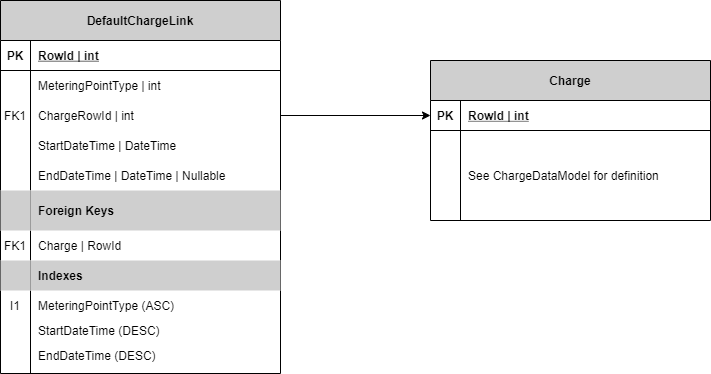
Above: docs/data-models/DefaultChargeLinkDataModel.png in Energinet-DataHub/ARCHIVED-geh-charges (draw.io), before the change. Source tidied: cells renumbered, new cells last; positions are measured from the earlier drawing's top-left corner, leaving out a move shared by most shapes. The source it was exported from:
```xml
<mxGraphModel>
  <root>
    <mxCell id="0" />
    <mxCell id="1" parent="0" />
    <mxCell id="2" value="DefaultChargeLink" style="shape=table;startSize=40;rowLines=0;fontStyle=1;align=center;fillColor=#CFCFCF;" parent="1" vertex="1">
      <mxGeometry width="280" height="373" as="geometry" />
    </mxCell>
    <mxCell id="3" style="shape=partialRectangle;fillColor=none;top=0;left=0;bottom=1;right=0;" parent="2" vertex="1">
      <mxGeometry y="40" width="280" height="30" as="geometry" />
    </mxCell>
    <mxCell id="4" value="PK" style="shape=partialRectangle;fillColor=none;top=0;left=0;bottom=0;right=0;fontStyle=1;overflow=hidden;" parent="3" vertex="1">
      <mxGeometry width="30" height="30" as="geometry" />
    </mxCell>
    <mxCell id="5" value="RowId | int" style="shape=partialRectangle;fillColor=none;top=0;left=0;bottom=0;right=0;align=left;spacingLeft=6;fontStyle=5;overflow=hidden;" parent="3" vertex="1">
      <mxGeometry x="30" width="250" height="30" as="geometry" />
    </mxCell>
    <mxCell id="6" style="shape=partialRectangle;fillColor=none;top=0;left=0;bottom=0;right=0;" parent="2" vertex="1">
      <mxGeometry y="70" width="280" height="30" as="geometry" />
    </mxCell>
    <mxCell id="7" style="shape=partialRectangle;fillColor=none;top=0;left=0;bottom=0;right=0;overflow=hidden;" parent="6" vertex="1">
      <mxGeometry width="30" height="30" as="geometry" />
    </mxCell>
    <mxCell id="8" value="MeteringPointType | int" style="shape=partialRectangle;fillColor=none;top=0;left=0;bottom=0;right=0;align=left;spacingLeft=6;overflow=hidden;" parent="6" vertex="1">
      <mxGeometry x="30" width="250" height="30" as="geometry" />
    </mxCell>
    <mxCell id="9" style="shape=partialRectangle;fillColor=none;top=0;left=0;bottom=0;right=0;points=[[0,0.5],[1,0.5]];portConstraint=eastwest;" parent="2" vertex="1">
      <mxGeometry y="100" width="280" height="30" as="geometry" />
    </mxCell>
    <mxCell id="10" value="FK1" style="shape=partialRectangle;fillColor=none;top=0;left=0;bottom=0;right=0;overflow=hidden;" parent="9" vertex="1">
      <mxGeometry width="30" height="30" as="geometry" />
    </mxCell>
    <mxCell id="11" value="ChargeRowId | int" style="shape=partialRectangle;fillColor=none;top=0;left=0;bottom=0;right=0;align=left;spacingLeft=6;overflow=hidden;" parent="9" vertex="1">
      <mxGeometry x="30" width="250" height="30" as="geometry" />
    </mxCell>
    <mxCell id="12" style="shape=partialRectangle;fillColor=none;top=0;left=0;bottom=0;right=0;" parent="2" vertex="1">
      <mxGeometry y="130" width="280" height="30" as="geometry" />
    </mxCell>
    <mxCell id="13" style="shape=partialRectangle;fillColor=none;top=0;left=0;bottom=0;right=0;overflow=hidden;" parent="12" vertex="1">
      <mxGeometry width="30" height="30" as="geometry" />
    </mxCell>
    <mxCell id="14" value="StartDateTime | DateTime" style="shape=partialRectangle;fillColor=none;top=0;left=0;bottom=0;right=0;align=left;spacingLeft=6;overflow=hidden;" parent="12" vertex="1">
      <mxGeometry x="30" width="250" height="30" as="geometry" />
    </mxCell>
    <mxCell id="15" style="shape=partialRectangle;fillColor=none;top=0;left=0;bottom=0;right=0;" parent="2" vertex="1">
      <mxGeometry y="160" width="280" height="30" as="geometry" />
    </mxCell>
    <mxCell id="16" style="shape=partialRectangle;fillColor=none;top=0;left=0;bottom=0;right=0;overflow=hidden;" parent="15" vertex="1">
      <mxGeometry width="30" height="30" as="geometry" />
    </mxCell>
    <mxCell id="17" value="EndDateTime | DateTime | Nullable" style="shape=partialRectangle;fillColor=none;top=0;left=0;bottom=0;right=0;align=left;spacingLeft=6;overflow=hidden;" parent="15" vertex="1">
      <mxGeometry x="30" width="250" height="30" as="geometry" />
    </mxCell>
    <mxCell id="18" style="shape=partialRectangle;fillColor=none;top=0;left=0;bottom=0;right=0;" parent="2" vertex="1">
      <mxGeometry y="190" width="280" height="40" as="geometry" />
    </mxCell>
    <mxCell id="19" style="shape=partialRectangle;top=0;left=0;bottom=0;right=0;overflow=hidden;strokeColor=#CFCFCF;fillColor=#CFCFCF;" parent="18" vertex="1">
      <mxGeometry width="30" height="40" as="geometry" />
    </mxCell>
    <mxCell id="20" value="Foreign Keys" style="shape=partialRectangle;top=0;left=0;bottom=0;right=0;align=left;spacingLeft=6;overflow=hidden;strokeColor=#CFCFCF;fillColor=#CFCFCF;fontStyle=1;" parent="18" vertex="1">
      <mxGeometry x="30" width="250" height="40" as="geometry" />
    </mxCell>
    <mxCell id="21" style="shape=partialRectangle;fillColor=none;top=0;left=0;bottom=0;right=0;" parent="2" vertex="1">
      <mxGeometry y="230" width="280" height="30" as="geometry" />
    </mxCell>
    <mxCell id="22" value="FK1" style="shape=partialRectangle;fillColor=none;top=0;left=0;bottom=0;right=0;overflow=hidden;" parent="21" vertex="1">
      <mxGeometry width="30" height="30" as="geometry" />
    </mxCell>
    <mxCell id="23" value="Charge | RowId" style="shape=partialRectangle;fillColor=none;top=0;left=0;bottom=0;right=0;align=left;spacingLeft=6;overflow=hidden;" parent="21" vertex="1">
      <mxGeometry x="30" width="250" height="30" as="geometry" />
    </mxCell>
    <mxCell id="24" style="shape=partialRectangle;fillColor=none;top=0;left=0;bottom=0;right=0;" parent="2" vertex="1">
      <mxGeometry y="260" width="280" height="30" as="geometry" />
    </mxCell>
    <mxCell id="25" style="shape=partialRectangle;top=0;left=0;bottom=0;right=0;overflow=hidden;fillColor=#CFCFCF;" parent="24" vertex="1">
      <mxGeometry width="30" height="30" as="geometry" />
    </mxCell>
    <mxCell id="26" value="Indexes" style="shape=partialRectangle;top=0;left=0;bottom=0;right=0;align=left;spacingLeft=6;overflow=hidden;fillColor=#CFCFCF;fontStyle=1;" parent="24" vertex="1">
      <mxGeometry x="30" width="250" height="30" as="geometry" />
    </mxCell>
    <mxCell id="27" style="shape=partialRectangle;fillColor=none;top=0;left=0;bottom=0;right=0;" parent="2" vertex="1">
      <mxGeometry y="290" width="280" height="30" as="geometry" />
    </mxCell>
    <mxCell id="28" value="I1" style="shape=partialRectangle;fillColor=none;top=0;left=0;bottom=0;right=0;overflow=hidden;" parent="27" vertex="1">
      <mxGeometry width="30" height="30" as="geometry" />
    </mxCell>
    <mxCell id="29" value="MeteringPointType (ASC)" style="shape=partialRectangle;fillColor=none;top=0;left=0;bottom=0;right=0;align=left;spacingLeft=6;overflow=hidden;" parent="27" vertex="1">
      <mxGeometry x="30" width="250" height="30" as="geometry" />
    </mxCell>
    <mxCell id="30" style="shape=partialRectangle;fillColor=none;top=0;left=0;bottom=0;right=0;" parent="2" vertex="1">
      <mxGeometry y="320" width="280" height="20" as="geometry" />
    </mxCell>
    <mxCell id="31" style="shape=partialRectangle;fillColor=none;top=0;left=0;bottom=0;right=0;overflow=hidden;" parent="30" vertex="1">
      <mxGeometry width="30" height="20" as="geometry" />
    </mxCell>
    <mxCell id="32" value="StartDateTime (DESC)" style="shape=partialRectangle;fillColor=none;top=0;left=0;bottom=0;right=0;align=left;spacingLeft=6;overflow=hidden;" parent="30" vertex="1">
      <mxGeometry x="30" width="250" height="20" as="geometry" />
    </mxCell>
    <mxCell id="33" style="shape=partialRectangle;fillColor=none;top=0;left=0;bottom=0;right=0;" parent="2" vertex="1">
      <mxGeometry y="340" width="280" height="30" as="geometry" />
    </mxCell>
    <mxCell id="34" style="shape=partialRectangle;fillColor=none;top=0;left=0;bottom=0;right=0;overflow=hidden;" parent="33" vertex="1">
      <mxGeometry width="30" height="30" as="geometry" />
    </mxCell>
    <mxCell id="35" value="EndDateTime (DESC)" style="shape=partialRectangle;fillColor=none;top=0;left=0;bottom=0;right=0;align=left;spacingLeft=6;overflow=hidden;" parent="33" vertex="1">
      <mxGeometry x="30" width="250" height="30" as="geometry" />
    </mxCell>
    <mxCell id="36" value="Charge" style="shape=table;startSize=40;rowLines=0;fontStyle=1;align=center;fillColor=#CFCFCF;" parent="1" vertex="1">
      <mxGeometry x="430" y="60" width="280" height="160" as="geometry" />
    </mxCell>
    <mxCell id="37" style="shape=partialRectangle;fillColor=none;top=0;left=0;bottom=1;right=0;points=[[0,0.5],[1,0.5]];portConstraint=eastwest;" parent="36" vertex="1">
      <mxGeometry y="40" width="280" height="30" as="geometry" />
    </mxCell>
    <mxCell id="38" value="PK" style="shape=partialRectangle;fillColor=none;top=0;left=0;bottom=0;right=0;fontStyle=1;overflow=hidden;" parent="37" vertex="1">
      <mxGeometry width="30" height="30" as="geometry" />
    </mxCell>
    <mxCell id="39" value="RowId | int" style="shape=partialRectangle;fillColor=none;top=0;left=0;bottom=0;right=0;align=left;spacingLeft=6;fontStyle=5;overflow=hidden;" parent="37" vertex="1">
      <mxGeometry x="30" width="250" height="30" as="geometry" />
    </mxCell>
    <mxCell id="40" style="shape=partialRectangle;fillColor=none;top=0;left=0;bottom=0;right=0;" parent="36" vertex="1">
      <mxGeometry y="70" width="280" height="30" as="geometry" />
    </mxCell>
    <mxCell id="41" style="shape=partialRectangle;fillColor=none;top=0;left=0;bottom=0;right=0;overflow=hidden;" parent="40" vertex="1">
      <mxGeometry width="30" height="30" as="geometry" />
    </mxCell>
    <mxCell id="42" style="shape=partialRectangle;fillColor=none;top=0;left=0;bottom=0;right=0;align=left;spacingLeft=6;overflow=hidden;" parent="40" vertex="1">
      <mxGeometry x="30" width="250" height="30" as="geometry" />
    </mxCell>
    <mxCell id="43" style="shape=partialRectangle;fillColor=none;top=0;left=0;bottom=0;right=0;" parent="36" vertex="1">
      <mxGeometry y="100" width="280" height="30" as="geometry" />
    </mxCell>
    <mxCell id="44" value="&#10;&#10;&lt;span style=&quot;color: rgb(0, 0, 0); font-family: helvetica; font-size: 12px; font-style: normal; font-weight: 400; letter-spacing: normal; text-align: left; text-indent: 0px; text-transform: none; word-spacing: 0px; background-color: rgb(248, 249, 250); display: inline; float: none;&quot;&gt;See ChargeDataModel for definition&lt;/span&gt;&#10;&#10;" style="shape=partialRectangle;fillColor=none;top=0;left=0;bottom=0;right=0;overflow=hidden;" parent="43" vertex="1">
      <mxGeometry width="30" height="30" as="geometry" />
    </mxCell>
    <mxCell id="45" value="See ChargeDataModel for definition" style="shape=partialRectangle;fillColor=none;top=0;left=0;bottom=0;right=0;align=left;spacingLeft=6;overflow=hidden;" parent="43" vertex="1">
      <mxGeometry x="30" width="250" height="30" as="geometry" />
    </mxCell>
    <mxCell id="46" style="shape=partialRectangle;fillColor=none;top=0;left=0;bottom=0;right=0;" parent="36" vertex="1">
      <mxGeometry y="130" width="280" height="30" as="geometry" />
    </mxCell>
    <mxCell id="47" style="shape=partialRectangle;fillColor=none;top=0;left=0;bottom=0;right=0;overflow=hidden;" parent="46" vertex="1">
      <mxGeometry width="30" height="30" as="geometry" />
    </mxCell>
    <mxCell id="48" style="shape=partialRectangle;fillColor=none;top=0;left=0;bottom=0;right=0;align=left;spacingLeft=6;overflow=hidden;" parent="46" vertex="1">
      <mxGeometry x="30" width="250" height="30" as="geometry" />
    </mxCell>
    <mxCell id="49" style="edgeStyle=orthogonalEdgeStyle;rounded=0;jettySize=auto;html=1;entryX=0;entryY=0.5;entryDx=0;entryDy=0;" parent="1" edge="1" source="9" target="37">
      <mxGeometry relative="1" as="geometry" />
    </mxCell>
  </root>
</mxGraphModel>
```
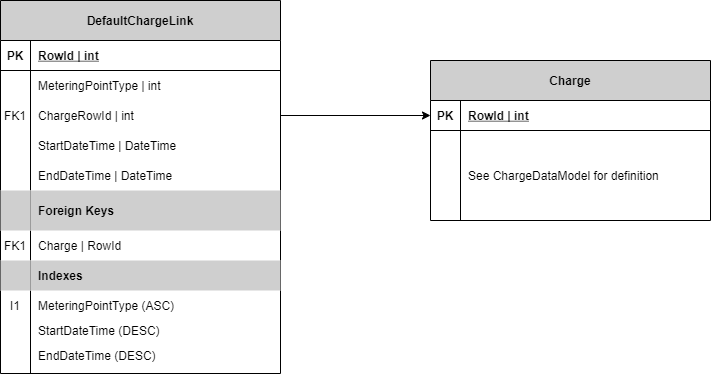
Later version of the same file.

Commit message:
Removed Nullable tags from data models documentation

The edit, as a diff of the source:
```diff
@@ -47,7 +47,7 @@
     <mxCell id="16" style="shape=partialRectangle;fillColor=none;top=0;left=0;bottom=0;right=0;overflow=hidden;" parent="15" vertex="1">
       <mxGeometry width="30" height="30" as="geometry" />
     </mxCell>
-    <mxCell id="17" value="EndDateTime | DateTime | Nullable" style="shape=partialRectangle;fillColor=none;top=0;left=0;bottom=0;right=0;align=left;spacingLeft=6;overflow=hidden;" parent="15" vertex="1">
+    <mxCell id="17" value="EndDateTime | DateTime" style="shape=partialRectangle;fillColor=none;top=0;left=0;bottom=0;right=0;align=left;spacingLeft=6;overflow=hidden;" parent="15" vertex="1">
       <mxGeometry x="30" width="250" height="30" as="geometry" />
     </mxCell>
     <mxCell id="18" style="shape=partialRectangle;fillColor=none;top=0;left=0;bottom=0;right=0;" parent="2" vertex="1">
```
